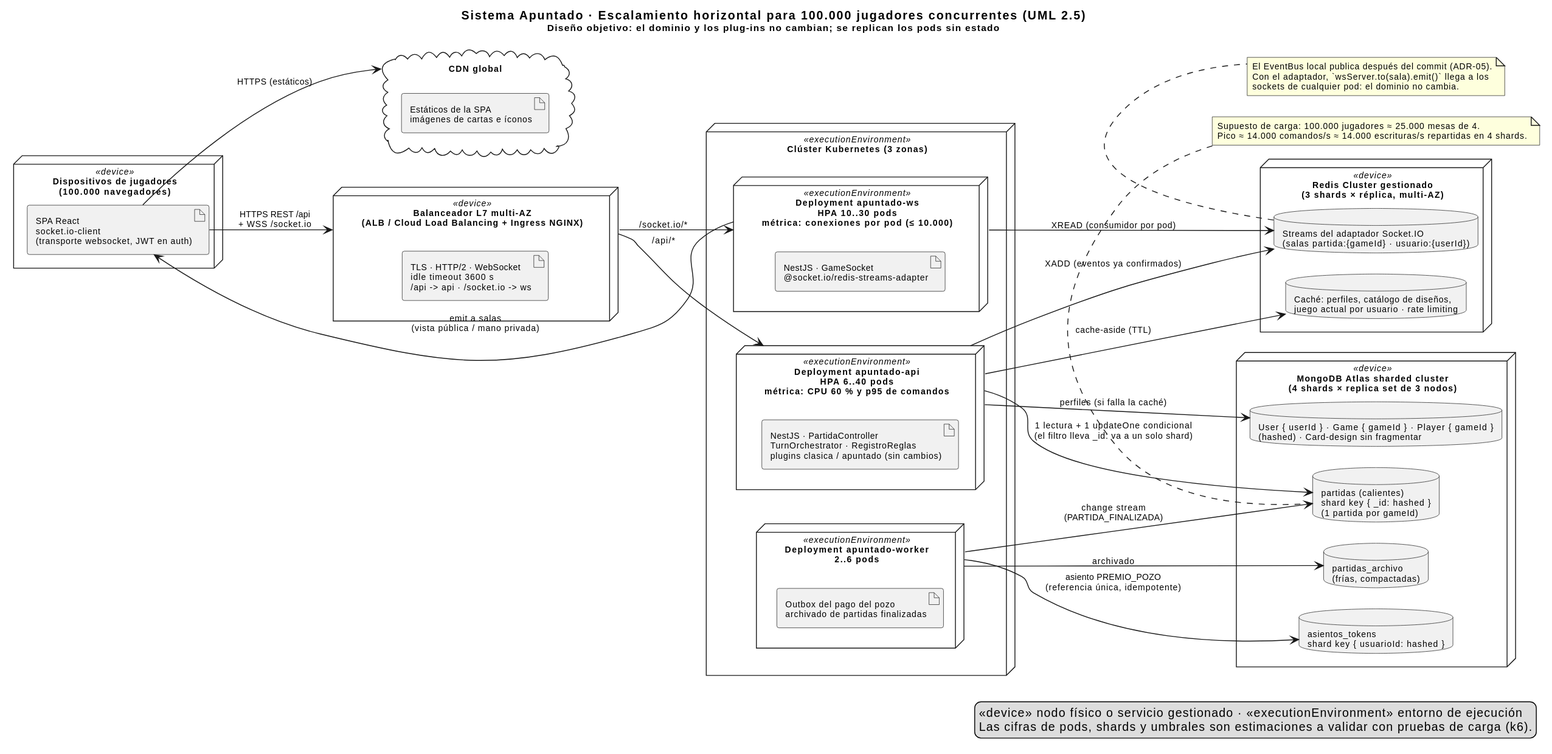
Earlier version of the PlantUML export diagramas/entregable-3/04-escalabilidad-100k.svg (Stephanos333/Error-404---Apuntado). Source of this version:
```plantuml
@startuml
title Sistema Apuntado · Escalamiento horizontal para 100.000 jugadores concurrentes (UML 2.5)\n<size:11>Diseño objetivo: el dominio y los plug-ins no cambian; se replican los pods sin estado</size>
skinparam shadowing false
skinparam defaultFontName Arial
skinparam defaultFontSize 10
skinparam nodesep 25
skinparam ranksep 45
left to right direction

node "Dispositivos de jugadores\n(100.000 navegadores)" <<device>> as DEV {
  artifact "SPA React\nsocket.io-client\n(transporte websocket, JWT en auth)" as SPA
}

cloud "CDN global" as CDN {
  artifact "Estáticos de la SPA\nimágenes de cartas e íconos" as EST
}

node "Balanceador L7 multi-AZ\n(ALB / Cloud Load Balancing + Ingress NGINX)" <<device>> as LB {
  artifact "TLS · HTTP/2 · WebSocket\nidle timeout 3600 s\n/api -> api · /socket.io -> ws" as RUTAS
}

node "Clúster Kubernetes (3 zonas)" <<executionEnvironment>> as K8S {
  node "Deployment apuntado-ws\nHPA 10..30 pods\nmétrica: conexiones por pod (≤ 10.000)" <<executionEnvironment>> as WS {
    artifact "NestJS · GameSocket\n@socket.io/redis-streams-adapter" as WSA
  }
  node "Deployment apuntado-api\nHPA 6..40 pods\nmétrica: CPU 60 % y p95 de comandos" <<executionEnvironment>> as API {
    artifact "NestJS · PartidaController\nTurnOrchestrator · RegistroReglas\nplugins clasica / apuntado (sin cambios)" as APIA
  }
  node "Deployment apuntado-worker\n2..6 pods" <<executionEnvironment>> as WRK {
    artifact "Outbox del pago del pozo\narchivado de partidas finalizadas" as WRKA
  }
}

node "Redis Cluster gestionado\n(3 shards × réplica, multi-AZ)" <<device>> as REDIS {
  database "Streams del adaptador Socket.IO\n(salas partida:{gameId} · usuario:{userId})" as RS
  database "Caché: perfiles, catálogo de diseños,\njuego actual por usuario · rate limiting" as RC
}

node "MongoDB Atlas sharded cluster\n(4 shards × replica set de 3 nodos)" <<device>> as MDB {
  database "partidas (calientes)\nshard key { _id: hashed }\n(1 partida por gameId)" as P
  database "asientos_tokens\nshard key { usuarioId: hashed }" as A
  database "User { userId } · Game { gameId } · Player { gameId }\n(hashed) · Card-design sin fragmentar" as U
  database "partidas_archivo\n(frías, compactadas)" as H
}

SPA --> CDN : HTTPS (estáticos)
SPA --> LB : HTTPS REST /api\n+ WSS /socket.io
LB --> API : /api/*
LB --> WS : /socket.io/*
API --> RC : cache-aside (TTL)
API --> P : 1 lectura + 1 updateOne condicional\n(el filtro lleva _id: va a un solo shard)
API --> RS : XADD (eventos ya confirmados)
WS --> RS : XREAD (consumidor por pod)
WS --> SPA : emit a salas\n(vista pública / mano privada)
WRK --> P : change stream\n(PARTIDA_FINALIZADA)
WRK --> A : asiento PREMIO_POZO\n(referencia única, idempotente)
WRK --> H : archivado
API --> U : perfiles (si falla la caché)

note bottom of RS
  El EventBus local publica después del commit (ADR-05).
  Con el adaptador, `wsServer.to(sala).emit()` llega a los
  sockets de cualquier pod: el dominio no cambia.
end note

note bottom of P
  Supuesto de carga: 100.000 jugadores ≈ 25.000 mesas de 4.
  Pico ≈ 14.000 comandos/s ≈ 14.000 escrituras/s repartidas en 4 shards.
end note

legend right
  <<device>> nodo físico o servicio gestionado · <<executionEnvironment>> entorno de ejecución
  Las cifras de pods, shards y umbrales son estimaciones a validar con pruebas de carga (k6).
endlegend
@enduml
```
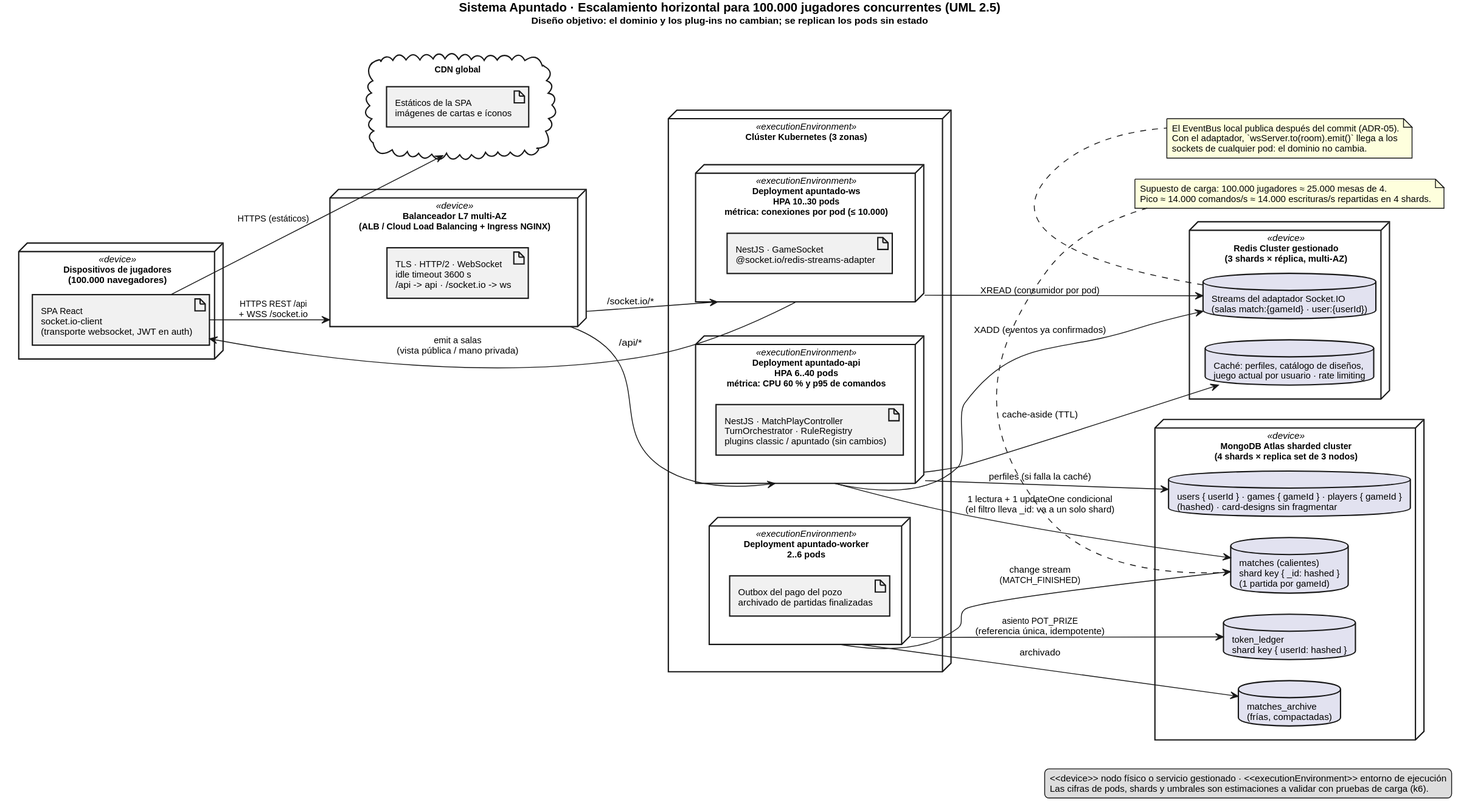
The same diagram one commit later.

Change to the diagram source:
```diff
@@ -1,6 +1,48 @@
-@startuml
+@startuml 04-escalabilidad-100k
 title Sistema Apuntado · Escalamiento horizontal para 100.000 jugadores concurrentes (UML 2.5)\n<size:11>Diseño objetivo: el dominio y los plug-ins no cambian; se replican los pods sin estado</size>
 skinparam shadowing false
+skinparam backgroundColor #FFFFFF
+skinparam TitleFontStyle bold
+skinparam TitleFontSize 14
+skinparam ArrowColor #181818
+skinparam ArrowFontColor #000000
+skinparam NoteBackgroundColor #FEFFDD
+skinparam NoteBorderColor #181818
+skinparam LegendBackgroundColor #DDDDDD
+skinparam LegendBorderColor #181818
+skinparam ParticipantBackgroundColor #E2E2F0
+skinparam ParticipantBorderColor #181818
+skinparam ActorBackgroundColor #E2E2F0
+skinparam ActorBorderColor #181818
+skinparam DatabaseBackgroundColor #E2E2F0
+skinparam DatabaseBorderColor #181818
+skinparam SequenceLifeLineBorderColor #181818
+skinparam SequenceGroupBorderColor #181818
+skinparam SequenceGroupHeaderFontStyle bold
+skinparam SequenceDividerBackgroundColor #EEEEEE
+skinparam SequenceDividerBorderColor #181818
+skinparam SequenceReferenceBorderColor #181818
+skinparam ClassBackgroundColor #F1F1F1
+skinparam ClassBorderColor #181818
+skinparam ClassHeaderBackgroundColor #F1F1F1
+skinparam InterfaceBackgroundColor #F1F1F1
+skinparam InterfaceBorderColor #181818
+skinparam PackageBorderColor #181818
+skinparam PackageBackgroundColor #FFFFFF
+skinparam NodeBackgroundColor #FFFFFF
+skinparam NodeBorderColor #181818
+skinparam ArtifactBackgroundColor #F1F1F1
+skinparam ArtifactBorderColor #181818
+skinparam ComponentBackgroundColor #F1F1F1
+skinparam ComponentBorderColor #181818
+skinparam CloudBackgroundColor #FFFFFF
+skinparam CloudBorderColor #181818
+skinparam QueueBackgroundColor #F1F1F1
+skinparam QueueBorderColor #181818
+skinparam RectangleBorderColor #181818
+skinparam UsecaseBorderColor #181818
+skinparam StorageBorderColor #181818
+skinparam StorageBackgroundColor #F1F1F1
 skinparam defaultFontName Arial
 skinparam defaultFontSize 10
 skinparam nodesep 25
@@ -24,7 +66,7 @@
     artifact "NestJS · GameSocket\n@socket.io/redis-streams-adapter" as WSA
   }
   node "Deployment apuntado-api\nHPA 6..40 pods\nmétrica: CPU 60 % y p95 de comandos" <<executionEnvironment>> as API {
-    artifact "NestJS · PartidaController\nTurnOrchestrator · RegistroReglas\nplugins clasica / apuntado (sin cambios)" as APIA
+    artifact "NestJS · MatchPlayController\nTurnOrchestrator · RuleRegistry\nplugins classic / apuntado (sin cambios)" as APIA
   }
   node "Deployment apuntado-worker\n2..6 pods" <<executionEnvironment>> as WRK {
     artifact "Outbox del pago del pozo\narchivado de partidas finalizadas" as WRKA
@@ -32,15 +74,15 @@
 }
 
 node "Redis Cluster gestionado\n(3 shards × réplica, multi-AZ)" <<device>> as REDIS {
-  database "Streams del adaptador Socket.IO\n(salas partida:{gameId} · usuario:{userId})" as RS
+  database "Streams del adaptador Socket.IO\n(salas match:{gameId} · user:{userId})" as RS
   database "Caché: perfiles, catálogo de diseños,\njuego actual por usuario · rate limiting" as RC
 }
 
 node "MongoDB Atlas sharded cluster\n(4 shards × replica set de 3 nodos)" <<device>> as MDB {
-  database "partidas (calientes)\nshard key { _id: hashed }\n(1 partida por gameId)" as P
-  database "asientos_tokens\nshard key { usuarioId: hashed }" as A
-  database "User { userId } · Game { gameId } · Player { gameId }\n(hashed) · Card-design sin fragmentar" as U
-  database "partidas_archivo\n(frías, compactadas)" as H
+  database "matches (calientes)\nshard key { _id: hashed }\n(1 partida por gameId)" as P
+  database "token_ledger\nshard key { userId: hashed }" as A
+  database "users { userId } · games { gameId } · players { gameId }\n(hashed) · card-designs sin fragmentar" as U
+  database "matches_archive\n(frías, compactadas)" as H
 }
 
 SPA --> CDN : HTTPS (estáticos)
@@ -52,14 +94,14 @@
 API --> RS : XADD (eventos ya confirmados)
 WS --> RS : XREAD (consumidor por pod)
 WS --> SPA : emit a salas\n(vista pública / mano privada)
-WRK --> P : change stream\n(PARTIDA_FINALIZADA)
-WRK --> A : asiento PREMIO_POZO\n(referencia única, idempotente)
+WRK --> P : change stream\n(MATCH_FINISHED)
+WRK --> A : asiento POT_PRIZE\n(referencia única, idempotente)
 WRK --> H : archivado
 API --> U : perfiles (si falla la caché)
 
 note bottom of RS
   El EventBus local publica después del commit (ADR-05).
-  Con el adaptador, `wsServer.to(sala).emit()` llega a los
+  Con el adaptador, `wsServer.to(room).emit()` llega a los
   sockets de cualquier pod: el dominio no cambia.
 end note
 
```
